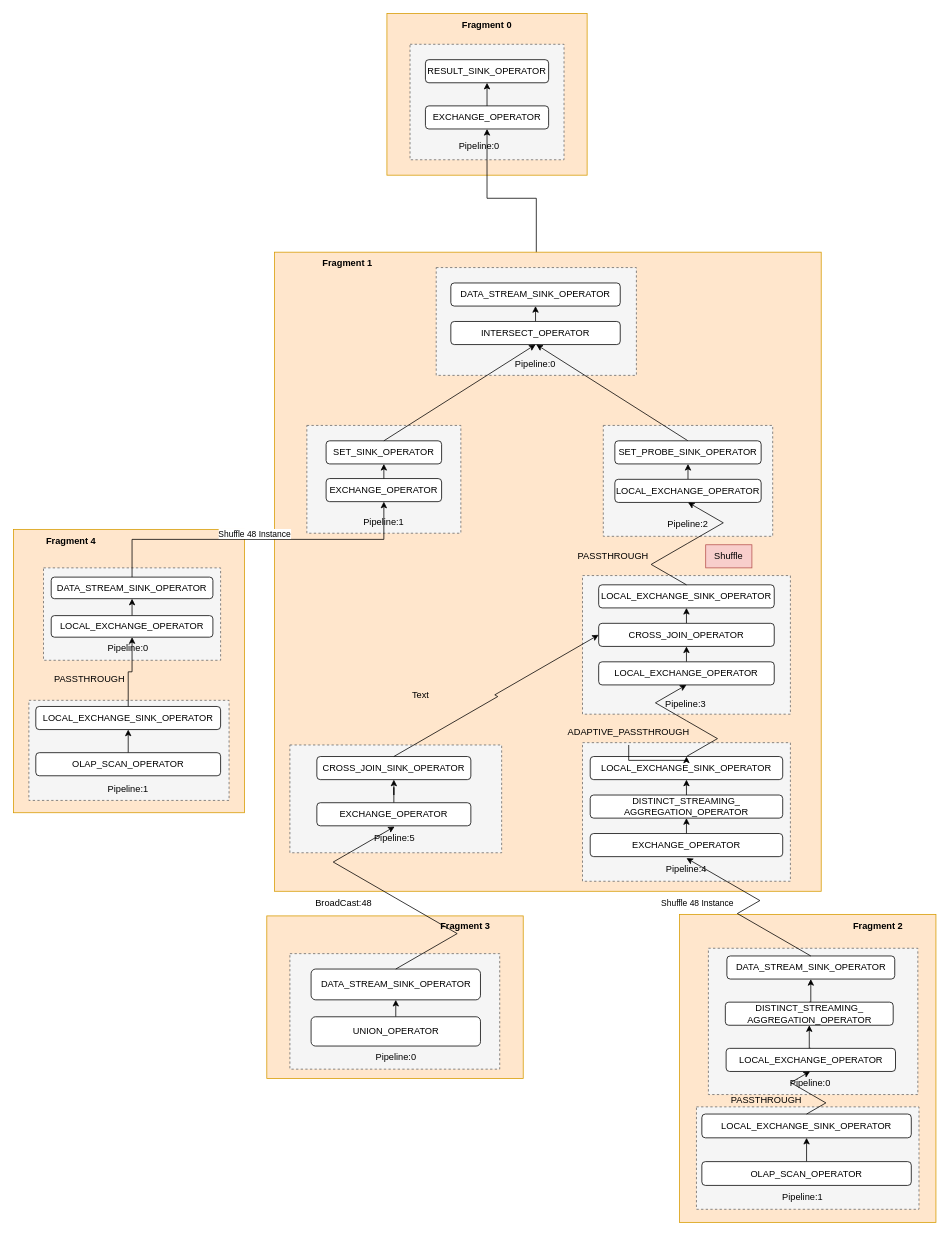
Earlier version of the draw.io diagram Doris_pipeline.drawio (kingstar158/HelloWorld). Source tidied: cells renumbered, new cells numbered last; positions are measured from the earlier drawing's top-left corner, leaving out a move shared by most shapes. Both pictures are drawn from the tidied source at 77%, with x=0, y=0 at pixel (13, 13).
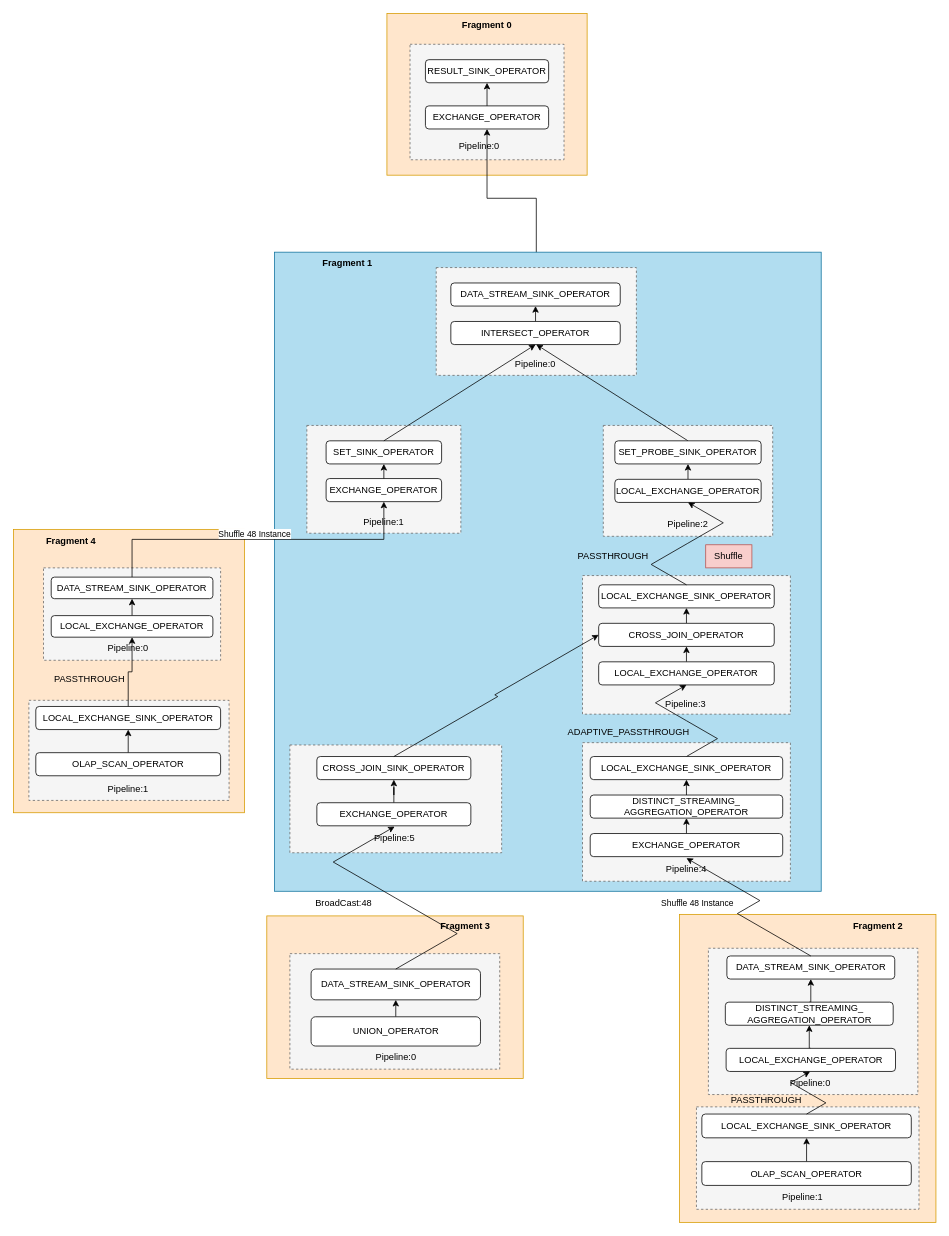
After the change.

Unchanged cells that the change refers to:
```xml
<mxCell id="36" style="group;" parent="1" vertex="1">
  <mxGeometry x="339" y="310" width="710" height="830" as="geometry" />
</mxCell>
<mxCell id="67" value="LOCAL_EXCHANGE_SINK_OPERATOR" style="rounded=1;whiteSpace=wrap;html=1;" parent="36" vertex="1">
  <mxGeometry x="410" y="655" width="250" height="30" as="geometry" />
</mxCell>
<mxCell id="85" value="ADAPTIVE_PASSTHROUGH" style="text;html=1;align=center;verticalAlign=middle;whiteSpace=wrap;rounded=0;" parent="36" vertex="1">
  <mxGeometry x="360" y="607" width="200" height="33" as="geometry" />
</mxCell>
```

The edit, as a diff of the source:
```diff
@@
-    <mxCell id="37" style="rounded=0;whiteSpace=wrap;html=1;fillColor=#ffe6cc;strokeColor=#d79b00;" parent="36" vertex="1">
+    <mxCell id="37" style="rounded=0;whiteSpace=wrap;html=1;fillColor=#b1ddf0;strokeColor=#10739e;" parent="36" vertex="1">
       <mxGeometry width="710" height="830" as="geometry" />
     </mxCell>
@@
-    <mxCell id="84" style="edgeStyle=orthogonalEdgeStyle;rounded=0;jettySize=auto;html=1;" parent="36" edge="1" source="85" target="67">
-      <mxGeometry relative="1" as="geometry" />
-    </mxCell>
@@
-    <mxCell id="102" value="Text" style="text;html=1;align=center;verticalAlign=middle;whiteSpace=wrap;rounded=0;" parent="1" vertex="1">
-      <mxGeometry x="499" y="870" width="60" height="30" as="geometry" />
-    </mxCell>
```
